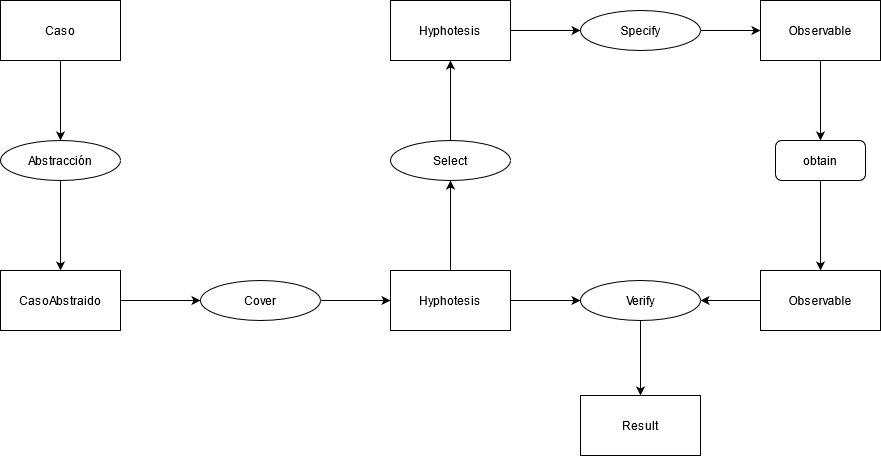
Above: practica/imagenes/PlantillaDiagnosticoModificada.png in weltonvs/DSI (draw.io), before the change. Source tidied: cells renumbered, new cells last; positions are measured from the earlier drawing's top-left corner, leaving out a move shared by most shapes.
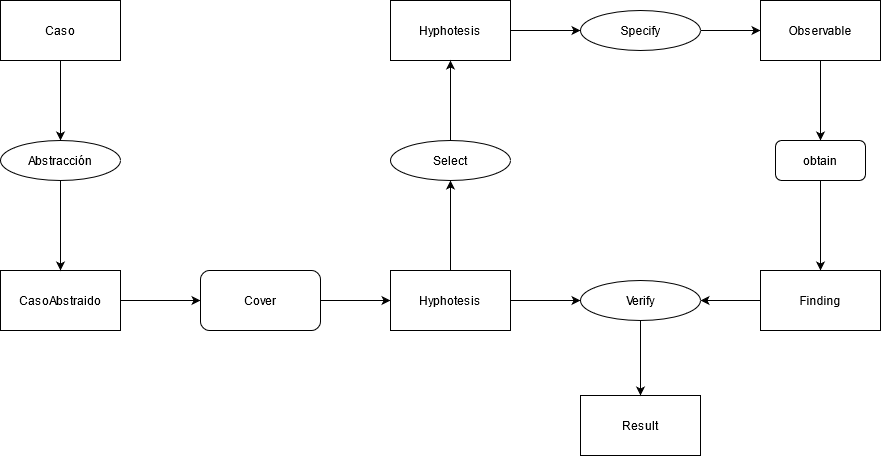
Above is the later version.

What changed in the source:
```diff
@@ -17,8 +17,10 @@
     <mxCell id="6" value="Result" style="whiteSpace=wrap;html=1;" parent="1" vertex="1">
       <mxGeometry x="580" y="395" width="120" height="60" as="geometry" />
     </mxCell>
-    <mxCell id="7" style="edgeStyle=orthogonalEdgeStyle;rounded=0;jettySize=auto;html=1;exitX=1;exitY=0.5;exitDx=0;exitDy=0;entryX=0;entryY=0.5;entryDx=0;entryDy=0;" parent="1" edge="1" source="8" target="12">
-      <mxGeometry relative="1" as="geometry" />
+    <mxCell id="7" style="edgeStyle=orthogonalEdgeStyle;rounded=0;jettySize=auto;html=1;exitX=1;exitY=0.5;exitDx=0;exitDy=0;entryX=0;entryY=0.5;entryDx=0;entryDy=0;" parent="1" edge="1" source="8">
+      <mxGeometry relative="1" as="geometry">
+        <mxPoint x="200" y="300" as="targetPoint" />
+      </mxGeometry>
     </mxCell>
     <mxCell id="8" value="CasoAbstraido" style="rounded=0;whiteSpace=wrap;html=1;" parent="1" vertex="1">
       <mxGeometry y="270" width="120" height="60" as="geometry" />
@@ -29,12 +31,11 @@
     <mxCell id="10" value="Abstracción" style="ellipse;whiteSpace=wrap;html=1;" parent="1" vertex="1">
       <mxGeometry y="140" width="120" height="40" as="geometry" />
     </mxCell>
-    <mxCell id="11" style="edgeStyle=orthogonalEdgeStyle;rounded=0;jettySize=auto;html=1;exitX=1;exitY=0.5;exitDx=0;exitDy=0;entryX=0;entryY=0.5;entryDx=0;entryDy=0;" parent="1" edge="1" source="12" target="15">
-      <mxGeometry relative="1" as="geometry" />
+    <mxCell id="11" style="edgeStyle=orthogonalEdgeStyle;rounded=0;jettySize=auto;html=1;exitX=1;exitY=0.5;exitDx=0;exitDy=0;entryX=0;entryY=0.5;entryDx=0;entryDy=0;" parent="1" edge="1" target="15">
+      <mxGeometry relative="1" as="geometry">
+        <mxPoint x="320" y="300" as="sourcePoint" />
+      </mxGeometry>
     </mxCell>
-    <mxCell id="12" value="Cover" style="ellipse;whiteSpace=wrap;html=1;" parent="1" vertex="1">
-      <mxGeometry x="200" y="280" width="120" height="40" as="geometry" />
-    </mxCell>
     <mxCell id="13" style="edgeStyle=orthogonalEdgeStyle;rounded=0;jettySize=auto;html=1;exitX=0.5;exitY=0;exitDx=0;exitDy=0;entryX=0.5;entryY=1;entryDx=0;entryDy=0;" parent="1" edge="1" source="15" target="17">
       <mxGeometry relative="1" as="geometry" />
     </mxCell>
@@ -72,7 +73,7 @@
     <mxCell id="23" style="edgeStyle=orthogonalEdgeStyle;rounded=0;jettySize=auto;html=1;exitX=0;exitY=0.5;exitDx=0;exitDy=0;entryX=1;entryY=0.5;entryDx=0;entryDy=0;" parent="1" edge="1" source="24" target="26">
       <mxGeometry relative="1" as="geometry" />
     </mxCell>
-    <mxCell id="24" value="Observable" style="whiteSpace=wrap;html=1;" parent="1" vertex="1">
+    <mxCell id="24" value="&lt;div&gt;Finding&lt;/div&gt;" style="whiteSpace=wrap;html=1;" parent="1" vertex="1">
       <mxGeometry x="760" y="270" width="120" height="60" as="geometry" />
     </mxCell>
     <mxCell id="25" style="edgeStyle=orthogonalEdgeStyle;rounded=0;jettySize=auto;html=1;exitX=0.5;exitY=1;exitDx=0;exitDy=0;entryX=0.5;entryY=0;entryDx=0;entryDy=0;" parent="1" edge="1" source="26" target="6">
@@ -84,5 +85,8 @@
     <mxCell id="27" value="obtain" style="rounded=1;whiteSpace=wrap;html=1;" parent="1" vertex="1">
       <mxGeometry x="775" y="140" width="90" height="40" as="geometry" />
     </mxCell>
+    <mxCell id="12" value="Cover" style="rounded=1;whiteSpace=wrap;html=1;" parent="1" vertex="1">
+      <mxGeometry x="200" y="270" width="120" height="60" as="geometry" />
+    </mxCell>
   </root>
 </mxGraphModel>
```
